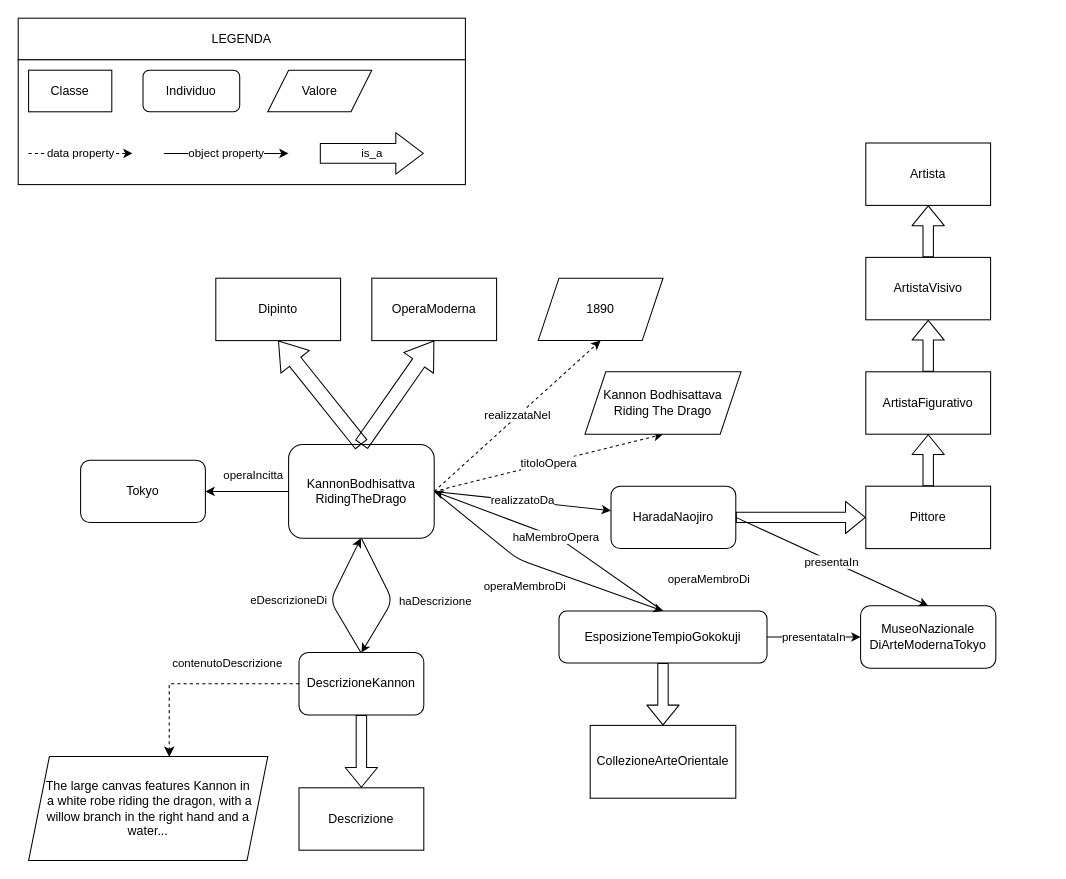
Above: templateOpereArtista.drawio in ModSem20-21/MuseumOntology (draw.io), before the change. Source tidied: cells renumbered, new cells numbered last; positions are measured from the earlier drawing's top-left corner, leaving out a move shared by most shapes. Both pictures are drawn from the tidied source at 104%, with x=0, y=0 at pixel (18, 18).
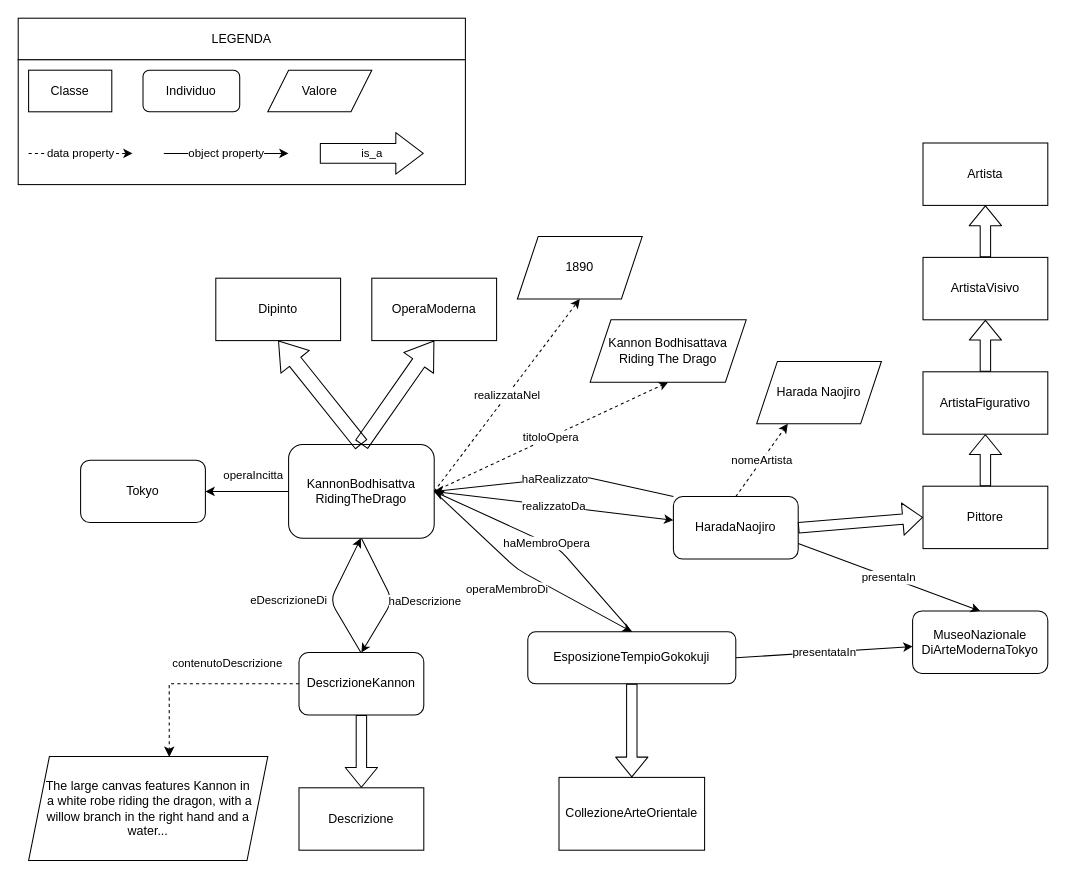
The same page after the edit.

Commit message:
update template for opera

Unchanged cells that the change refers to:
```xml
<mxCell id="3" value="KannonBodhisattva&lt;br&gt;RidingTheDrago" style="rounded=1;whiteSpace=wrap;html=1;" parent="1" vertex="1">
  <mxGeometry x="260" y="410" width="140" height="90" as="geometry" />
</mxCell>
<mxCell id="27" style="endArrow=classic;html=1;exitX=0.5;exitY=1;exitDx=0;exitDy=0;entryX=0.5;entryY=0;entryDx=0;entryDy=0;" parent="1" edge="1" source="3" target="5">
  <mxGeometry relative="1" as="geometry">
    <Array as="points">
      <mxPoint x="360" y="560" />
    </Array>
  </mxGeometry>
</mxCell>
```

The edit, as a diff of the source:
```diff
@@
     <mxCell id="10" value="HaradaNaojiro" style="rounded=1;whiteSpace=wrap;html=1;" parent="1" vertex="1">
-      <mxGeometry x="570" y="450" width="120" height="60" as="geometry" />
+      <mxGeometry x="630" y="460" width="120" height="60" as="geometry" />
     </mxCell>
     <mxCell id="11" value="1890" style="shape=parallelogram;perimeter=parallelogramPerimeter;whiteSpace=wrap;html=1;fixedSize=1;" parent="1" vertex="1">
-      <mxGeometry x="500" y="250" width="120" height="60" as="geometry" />
+      <mxGeometry x="480" y="210" width="120" height="60" as="geometry" />
     </mxCell>
@@
     <mxCell id="14" value="Kannon Bodhisattava Riding The Drago" style="shape=parallelogram;perimeter=parallelogramPerimeter;whiteSpace=wrap;html=1;fixedSize=1;" parent="1" vertex="1">
-      <mxGeometry x="545" y="340" width="150" height="60" as="geometry" />
+      <mxGeometry x="550" y="290" width="150" height="60" as="geometry" />
     </mxCell>
@@
     <mxCell id="18" value="Artista" style="rounded=0;whiteSpace=wrap;html=1;" parent="1" vertex="1">
-      <mxGeometry x="815" y="120" width="120" height="60" as="geometry" />
+      <mxGeometry x="870" y="120" width="120" height="60" as="geometry" />
     </mxCell>
     <mxCell id="19" value="Pittore" style="rounded=0;whiteSpace=wrap;html=1;" parent="1" vertex="1">
-      <mxGeometry x="815" y="450" width="120" height="60" as="geometry" />
+      <mxGeometry x="870" y="450" width="120" height="60" as="geometry" />
     </mxCell>
     <mxCell id="20" value="ArtistaVisivo" style="rounded=0;whiteSpace=wrap;html=1;" parent="1" vertex="1">
-      <mxGeometry x="815" y="230" width="120" height="60" as="geometry" />
+      <mxGeometry x="870" y="230" width="120" height="60" as="geometry" />
     </mxCell>
     <mxCell id="21" value="ArtistaFigurativo" style="rounded=0;whiteSpace=wrap;html=1;" parent="1" vertex="1">
-      <mxGeometry x="815" y="340" width="120" height="60" as="geometry" />
+      <mxGeometry x="870" y="340" width="120" height="60" as="geometry" />
     </mxCell>
@@
-    <mxCell id="24" style="shape=flexArrow;endArrow=classic;html=1;exitX=0.5;exitY=0;exitDx=0;exitDy=0;" parent="1" edge="1" source="21">
-      <mxGeometry relative="1" as="geometry">
-        <mxPoint x="875" y="290" as="targetPoint" />
-      </mxGeometry>
+    <mxCell id="24" style="shape=flexArrow;endArrow=classic;html=1;exitX=0.5;exitY=0;exitDx=0;exitDy=0;entryX=0.5;entryY=1;entryDx=0;entryDy=0;" parent="1" edge="1" source="21" target="20">
+      <mxGeometry relative="1" as="geometry" />
     </mxCell>
-    <mxCell id="25" style="shape=flexArrow;endArrow=classic;html=1;exitX=0.5;exitY=0;exitDx=0;exitDy=0;" parent="1" edge="1" source="20">
-      <mxGeometry relative="1" as="geometry">
-        <mxPoint x="875" y="180" as="targetPoint" />
-      </mxGeometry>
+    <mxCell id="25" style="shape=flexArrow;endArrow=classic;html=1;exitX=0.5;exitY=0;exitDx=0;exitDy=0;entryX=0.5;entryY=1;entryDx=0;entryDy=0;" parent="1" edge="1" source="20" target="18">
+      <mxGeometry relative="1" as="geometry" />
     </mxCell>
@@
     <mxCell id="28" value="haDescrizione" style="edgeLabel;html=1;align=center;verticalAlign=middle;" parent="27" vertex="1">
       <mxGeometry x="-0.38" y="1" relative="1" as="geometry">
-        <mxPoint x="51.7" y="25.6" as="offset" />
+        <mxPoint x="41.7" y="25.6" as="offset" />
       </mxGeometry>
     </mxCell>
@@
     <mxCell id="39" value="CollezioneArteOrientale" style="rounded=0;whiteSpace=wrap;html=1;" parent="1" vertex="1">
-      <mxGeometry x="550" y="680" width="140" height="70" as="geometry" />
+      <mxGeometry x="520" y="730" width="140" height="70" as="geometry" />
     </mxCell>
@@
     <mxCell id="41" value="MuseoNazionale&lt;br&gt;DiArteModernaTokyo" style="rounded=1;whiteSpace=wrap;html=1;" parent="1" vertex="1">
-      <mxGeometry x="810" y="565" width="130" height="60" as="geometry" />
+      <mxGeometry x="860" y="570" width="130" height="60" as="geometry" />
     </mxCell>
-    <mxCell id="42" value="operaMembroDi" style="endArrow=classic;html=1;exitX=1;exitY=0.5;exitDx=0;exitDy=0;" parent="1" edge="1" source="44">
-      <mxGeometry x="0.34" y="-52" relative="1" as="geometry">
-        <mxPoint x="630" y="590" as="targetPoint" />
-        <mxPoint x="1" as="offset" />
-      </mxGeometry>
-    </mxCell>
     <mxCell id="43" value="haMembroOpera" style="endArrow=classic;html=1;entryX=1;entryY=0.5;entryDx=0;entryDy=0;exitX=0.5;exitY=0;exitDx=0;exitDy=0;" parent="1" edge="1" source="44" target="3">
       <mxGeometry relative="1" as="geometry">
         <Array as="points">
-          <mxPoint x="520" y="500" />
+          <mxPoint x="520" y="510" />
         </Array>
       </mxGeometry>
     </mxCell>
     <mxCell id="44" value="EsposizioneTempioGokokuji" style="rounded=1;whiteSpace=wrap;html=1;" parent="1" vertex="1">
-      <mxGeometry x="520" y="570" width="200" height="50" as="geometry" />
+      <mxGeometry x="490" y="590" width="200" height="50" as="geometry" />
     </mxCell>
     <mxCell id="45" value="operaMembroDi" style="endArrow=classic;html=1;exitX=1;exitY=0.5;exitDx=0;exitDy=0;entryX=0.5;entryY=0;entryDx=0;entryDy=0;" parent="1" edge="1" source="3" target="44">
       <mxGeometry x="-0.06" y="-22" relative="1" as="geometry">
         <Array as="points">
-          <mxPoint x="480" y="520" />
+          <mxPoint x="480" y="530" />
         </Array>
       </mxGeometry>
     </mxCell>
@@
-    <mxCell id="47" style="endArrow=classic;html=1;exitX=1;exitY=0.5;exitDx=0;exitDy=0;entryX=0.5;entryY=0;entryDx=0;entryDy=0;" parent="1" edge="1" source="10" target="41">
+    <mxCell id="47" style="endArrow=classic;html=1;exitX=1;exitY=0.75;exitDx=0;exitDy=0;entryX=0.5;entryY=0;entryDx=0;entryDy=0;" parent="1" edge="1" source="10" target="41">
       <mxGeometry relative="1" as="geometry" />
     </mxCell>
@@
+    <mxCell id="49" value="haRealizzato" style="endArrow=classic;html=1;exitX=0;exitY=0;exitDx=0;exitDy=0;entryX=1;entryY=0.5;entryDx=0;entryDy=0;" parent="1" edge="1" source="10" target="3">
+      <mxGeometry relative="1" as="geometry">
+        <Array as="points">
+          <mxPoint x="540" y="440" />
+        </Array>
+      </mxGeometry>
+    </mxCell>
+    <mxCell id="50" value="Harada Naojiro" style="shape=parallelogram;perimeter=parallelogramPerimeter;whiteSpace=wrap;html=1;fixedSize=1;" parent="1" vertex="1">
+      <mxGeometry x="710" y="330" width="120" height="60" as="geometry" />
+    </mxCell>
+    <mxCell id="51" value="nomeArtista" style="endArrow=classic;html=1;exitX=0.5;exitY=0;exitDx=0;exitDy=0;dashed=1;entryX=0.25;entryY=1;entryDx=0;entryDy=0;" parent="1" edge="1" source="10" target="50">
+      <mxGeometry relative="1" as="geometry" />
+    </mxCell>
```
